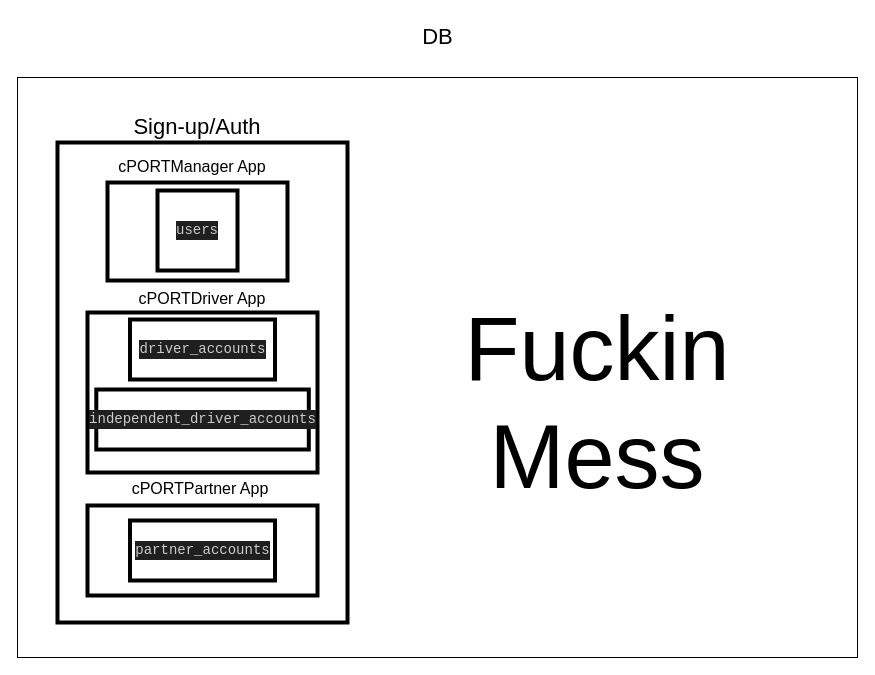
Before: FleetServer/src/database/dbdraw.drawio in malaagaafar/FleetPort, a draw.io diagram. Source tidied: cells renumbered, new cells numbered last; positions are measured from the earlier drawing's top-left corner, leaving out a move shared by most shapes. Both pictures are drawn from the tidied source at 100%, with x=0, y=0 at pixel (17, 17).
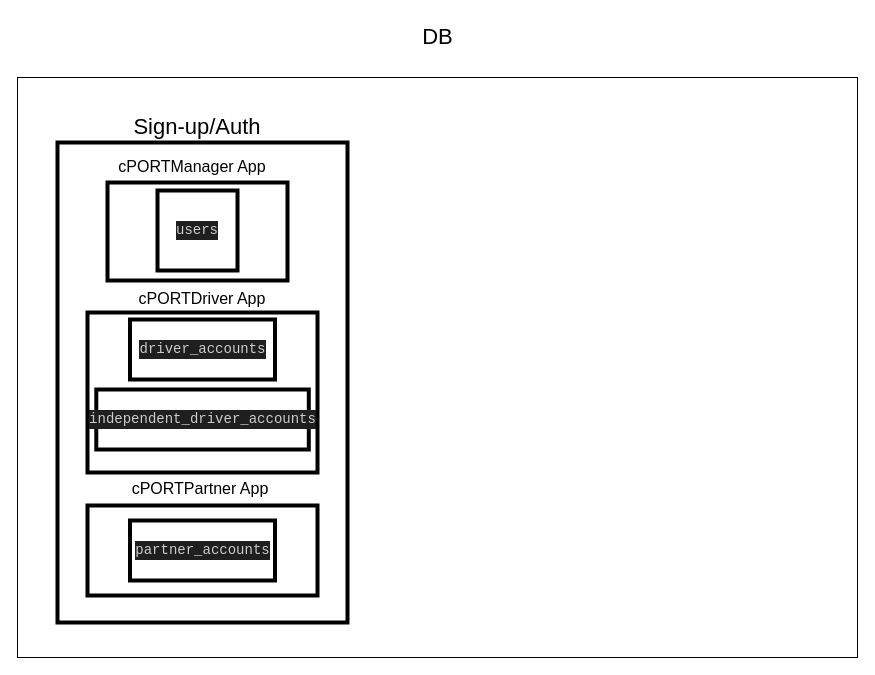
The same diagram, later.

Change to the diagram source:
```diff
@@
 <mxGraphModel>
   <root>
     <mxCell id="0" />
     <mxCell id="1" parent="0" />
     <mxCell id="2" style="rounded=0;whiteSpace=wrap;html=1;" parent="1" vertex="1">
       <mxGeometry y="60" width="840" height="580" as="geometry" />
     </mxCell>
     <mxCell id="3" value="&lt;font style=&quot;font-size: 22px;&quot;&gt;DB&lt;/font&gt;" style="text;html=1;align=center;verticalAlign=middle;strokeColor=none;fillColor=none;strokeWidth=4;" parent="1" vertex="1">
       <mxGeometry x="395" width="50" height="40" as="geometry" />
     </mxCell>
     <mxCell id="4" style="rounded=0;whiteSpace=wrap;html=1;strokeWidth=4;fontSize=22;" parent="1" vertex="1">
       <mxGeometry x="40" y="125" width="290" height="480" as="geometry" />
     </mxCell>
     <mxCell id="5" value="Sign-up/Auth" style="text;html=1;strokeColor=none;fillColor=none;align=center;verticalAlign=middle;whiteSpace=wrap;rounded=0;strokeWidth=4;fontSize=22;" parent="1" vertex="1">
       <mxGeometry x="100" y="95" width="160" height="30" as="geometry" />
     </mxCell>
     <mxCell id="6" style="rounded=0;whiteSpace=wrap;html=1;strokeWidth=4;fontSize=22;" parent="1" vertex="1">
       <mxGeometry x="90" y="165" width="180" height="98" as="geometry" />
     </mxCell>
     <mxCell id="7" value="&lt;div style=&quot;color: rgb(204, 204, 204); background-color: rgb(31, 31, 31); font-family: Consolas, &amp;quot;Courier New&amp;quot;, monospace; font-size: 14px; line-height: 19px;&quot;&gt;users&lt;/div&gt;" style="whiteSpace=wrap;html=1;strokeWidth=4;fontSize=22;" parent="1" vertex="1">
       <mxGeometry x="140" y="173" width="80" height="80" as="geometry" />
     </mxCell>
     <mxCell id="8" style="rounded=0;whiteSpace=wrap;html=1;strokeWidth=4;fontSize=22;" parent="1" vertex="1">
       <mxGeometry x="70" y="295" width="230" height="160" as="geometry" />
     </mxCell>
     <mxCell id="9" value="&lt;div style=&quot;color: rgb(204, 204, 204); background-color: rgb(31, 31, 31); font-family: Consolas, &amp;quot;Courier New&amp;quot;, monospace; font-size: 14px; line-height: 19px;&quot;&gt;driver_accounts&lt;/div&gt;" style="rounded=0;whiteSpace=wrap;html=1;strokeWidth=4;fontSize=22;" parent="1" vertex="1">
       <mxGeometry x="112.5" y="302" width="145" height="60" as="geometry" />
     </mxCell>
     <mxCell id="10" value="&lt;div style=&quot;color: rgb(204, 204, 204); background-color: rgb(31, 31, 31); font-family: Consolas, &amp;quot;Courier New&amp;quot;, monospace; font-size: 14px; line-height: 19px;&quot;&gt;independent_driver_accounts&lt;/div&gt;" style="rounded=0;whiteSpace=wrap;html=1;strokeWidth=4;fontSize=22;" parent="1" vertex="1">
       <mxGeometry x="78.8" y="372" width="212.5" height="60" as="geometry" />
     </mxCell>
     <mxCell id="11" value="&lt;font style=&quot;font-size: 16px;&quot;&gt;cPORTDriver App&lt;/font&gt;" style="text;html=1;strokeColor=none;fillColor=none;align=center;verticalAlign=middle;whiteSpace=wrap;rounded=0;strokeWidth=4;fontSize=22;" parent="1" vertex="1">
       <mxGeometry x="120" y="265" width="130" height="30" as="geometry" />
     </mxCell>
     <mxCell id="12" value="&lt;font style=&quot;font-size: 16px;&quot;&gt;cPORTManager App&lt;/font&gt;" style="text;html=1;strokeColor=none;fillColor=none;align=center;verticalAlign=middle;whiteSpace=wrap;rounded=0;strokeWidth=4;fontSize=22;" parent="1" vertex="1">
       <mxGeometry x="100" y="133" width="150" height="30" as="geometry" />
     </mxCell>
     <mxCell id="13" style="rounded=0;whiteSpace=wrap;html=1;strokeWidth=4;fontSize=22;" parent="1" vertex="1">
       <mxGeometry x="70" y="488" width="230" height="90" as="geometry" />
     </mxCell>
     <mxCell id="14" value="&lt;div style=&quot;color: rgb(204, 204, 204); background-color: rgb(31, 31, 31); font-family: Consolas, &amp;quot;Courier New&amp;quot;, monospace; font-size: 14px; line-height: 19px;&quot;&gt;&lt;div style=&quot;line-height: 19px;&quot;&gt;partner_accounts&lt;/div&gt;&lt;/div&gt;" style="rounded=0;whiteSpace=wrap;html=1;strokeWidth=4;fontSize=22;" parent="1" vertex="1">
       <mxGeometry x="112.5" y="503" width="145" height="60" as="geometry" />
     </mxCell>
     <mxCell id="15" value="&lt;font style=&quot;font-size: 16px;&quot;&gt;cPORTPartner App&lt;/font&gt;" style="text;html=1;strokeColor=none;fillColor=none;align=center;verticalAlign=middle;whiteSpace=wrap;rounded=0;strokeWidth=4;fontSize=22;" parent="1" vertex="1">
       <mxGeometry x="107.5" y="455" width="150" height="30" as="geometry" />
     </mxCell>
-    <mxCell id="16" value="&lt;font style=&quot;font-size: 90px;&quot;&gt;Fuckin Mess&lt;/font&gt;" style="text;html=1;strokeColor=none;fillColor=none;align=center;verticalAlign=middle;whiteSpace=wrap;rounded=0;strokeWidth=4;fontSize=16;" parent="1" vertex="1">
-      <mxGeometry x="420" y="370" width="320" height="30" as="geometry" />
-    </mxCell>
   </root>
 </mxGraphModel>
```
